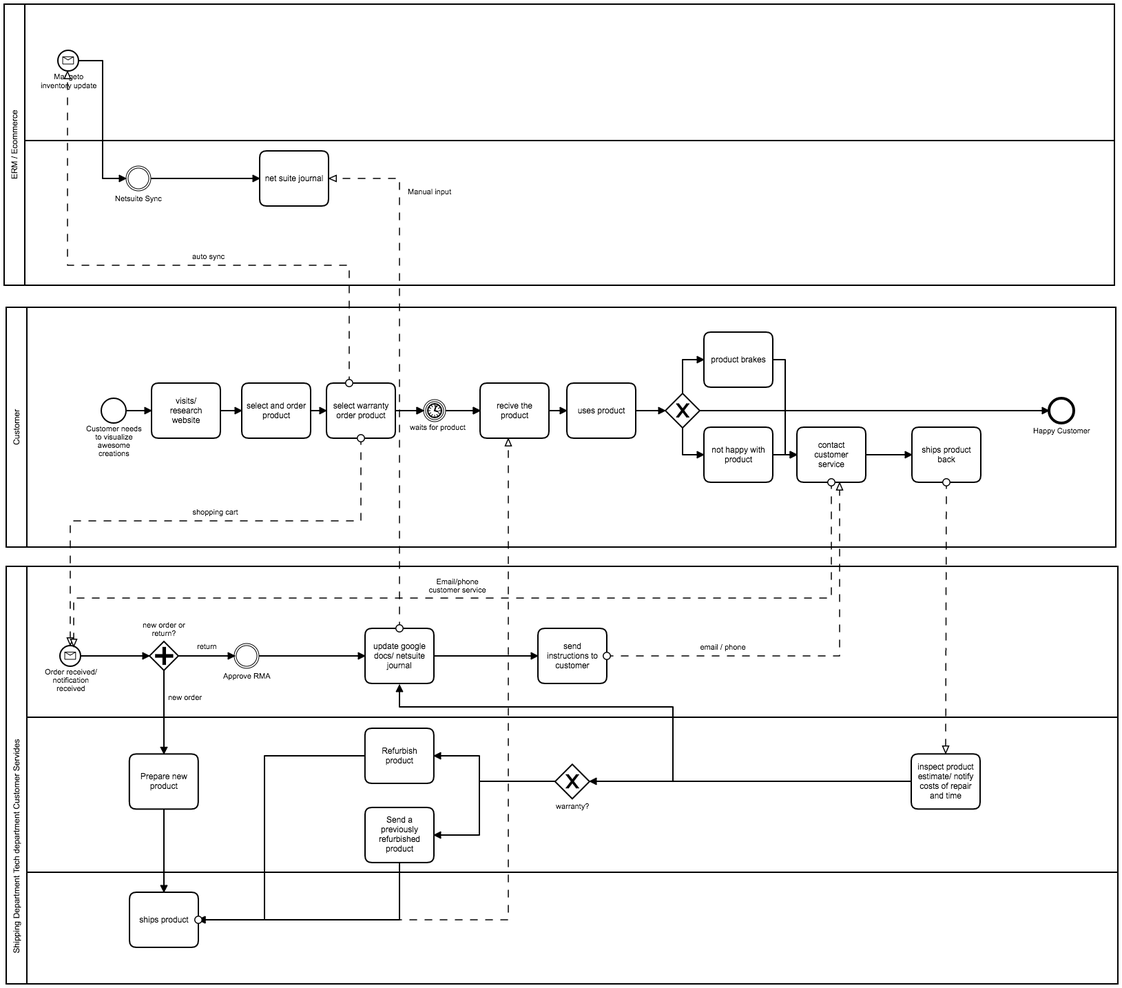
The BPMN diagram RMA-before.png in airinc/bmp-flabs, before a commit. Its source is kept beside it as RMA-before.bpmn. Ids are renumbered.
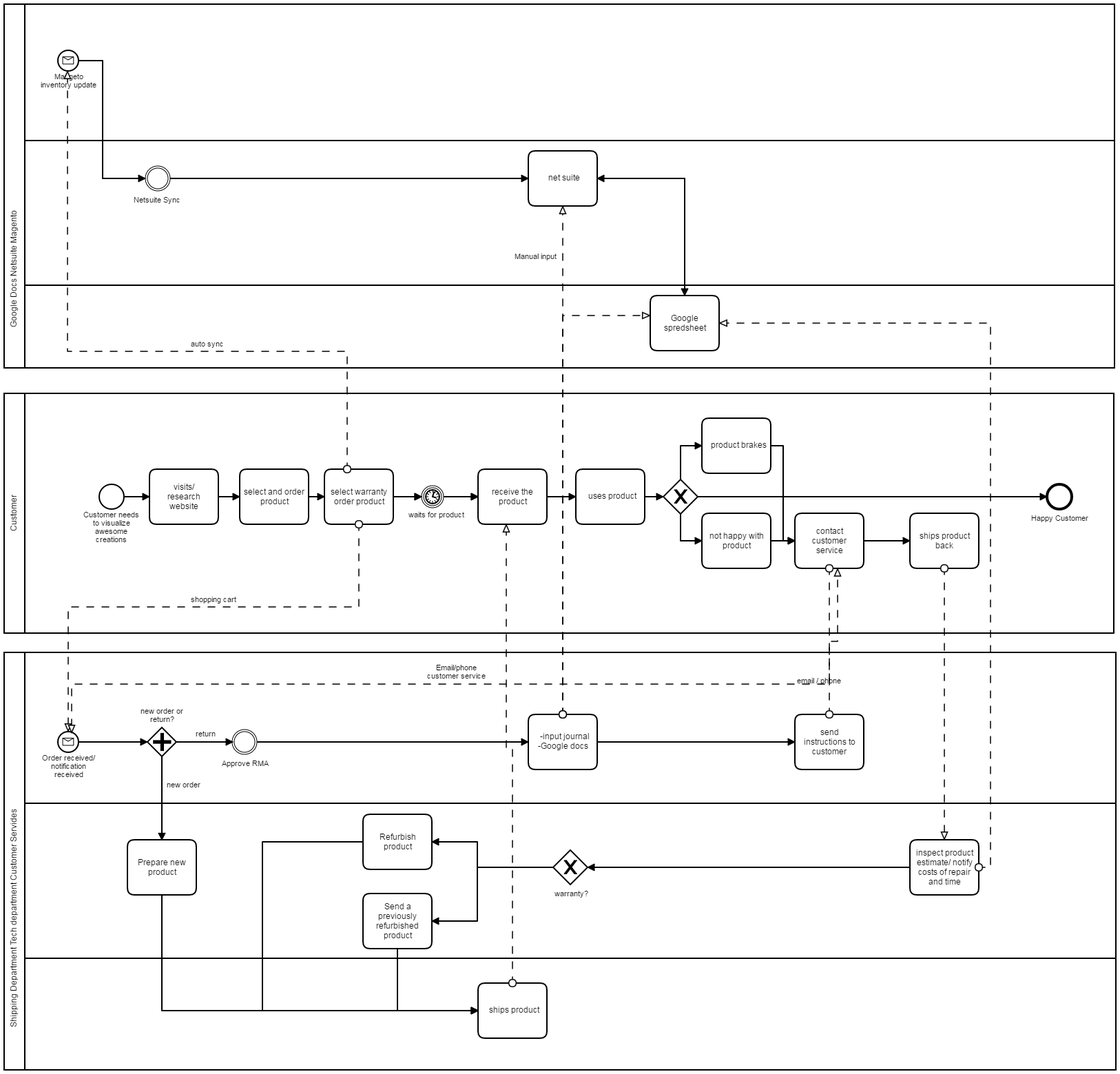
The same diagram one commit later.

Diff of the diagram source:
```diff
@@ -46,7 +46,7 @@
         <bpmn:timeDate xsi:type="bpmn:tExpression" />
       </bpmn:timerEventDefinition>
     </bpmn:intermediateCatchEvent>
-    <bpmn:task id="Task_n12" name="recive the product">
+    <bpmn:task id="Task_n12" name="receive the product">
       <bpmn:incoming>SequenceFlow_n36</bpmn:incoming>
       <bpmn:incoming>SequenceFlow_n37</bpmn:incoming>
       <bpmn:outgoing>SequenceFlow_n38</bpmn:outgoing>
```
